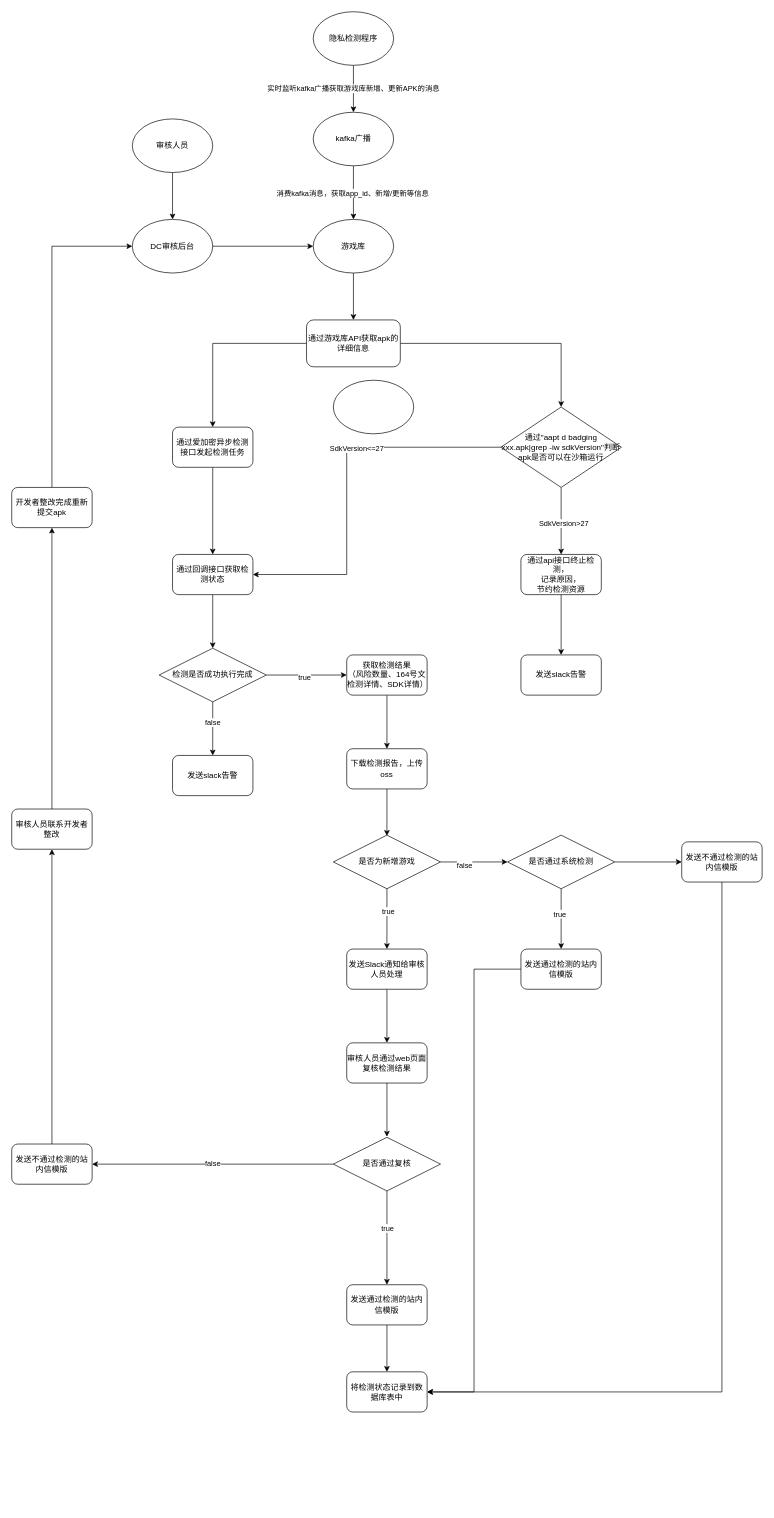
Before: 未命名绘图.drawio in tongchewy/ER-Draw, a draw.io diagram. Source tidied: cells renumbered, new cells numbered last; positions are measured from the earlier drawing's top-left corner, leaving out a move shared by most shapes. Both pictures are drawn from the tidied source at 67%, with x=0, y=0 at pixel (11, 11).
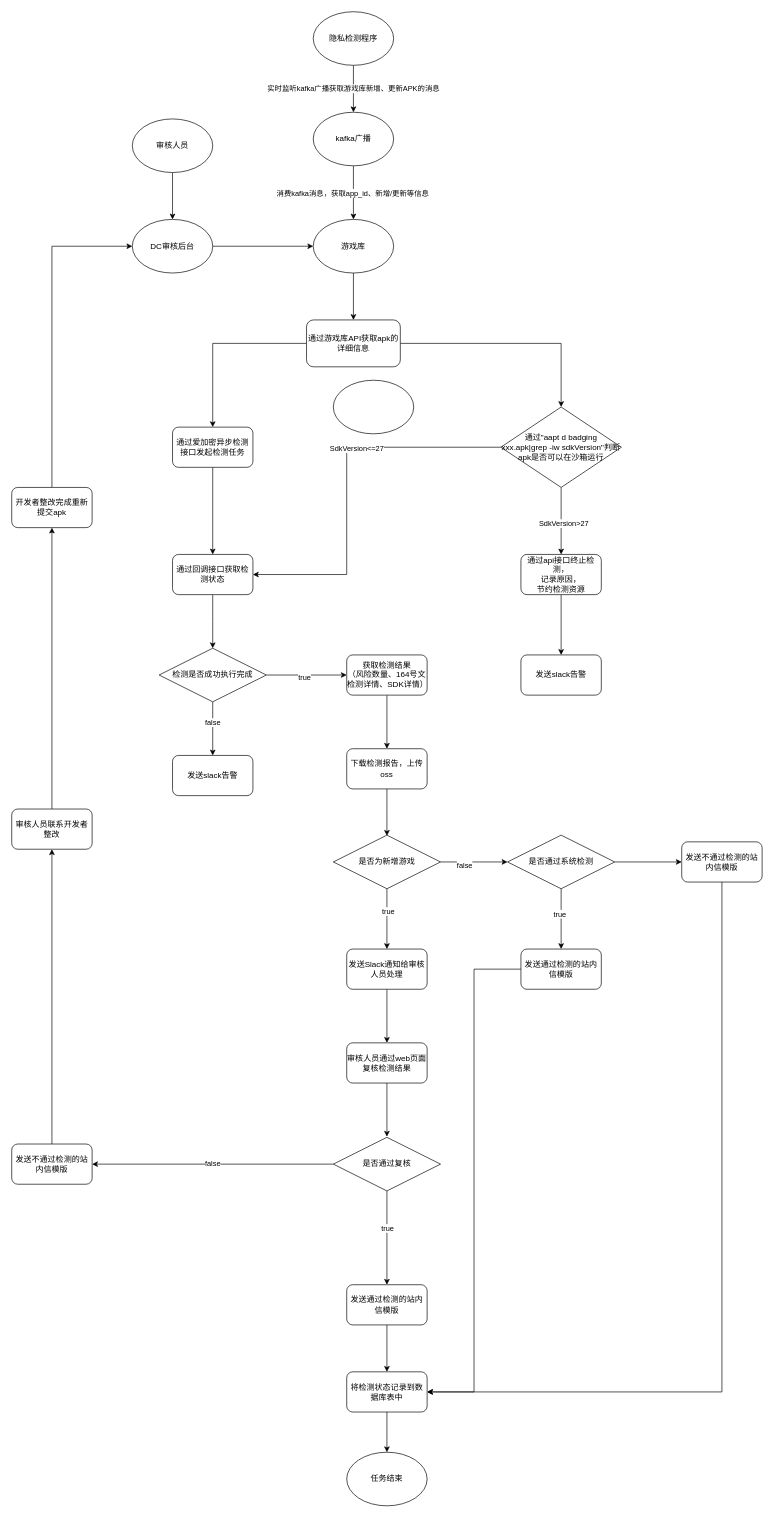
The same page after the edit.

Commit message:
更新未命名绘图.drawio

Unchanged cells that the change refers to:
```xml
<mxCell id="66" value="将检测状态记录到数据库表中" style="rounded=1;whiteSpace=wrap;html=1;" parent="1" vertex="1">
  <mxGeometry x="500" y="2030" width="120" height="60" as="geometry" />
</mxCell>
```

Change to the diagram source:
```diff
@@
+    <mxCell id="69" style="edgeStyle=orthogonalEdgeStyle;rounded=0;jettySize=auto;html=1;" parent="1" edge="1" source="66" target="70">
+      <mxGeometry relative="1" as="geometry" />
+    </mxCell>
@@
+    <mxCell id="70" value="任务结束" style="ellipse;whiteSpace=wrap;html=1;" parent="1" vertex="1">
+      <mxGeometry x="500" y="2150" width="120" height="80" as="geometry" />
+    </mxCell>
```
